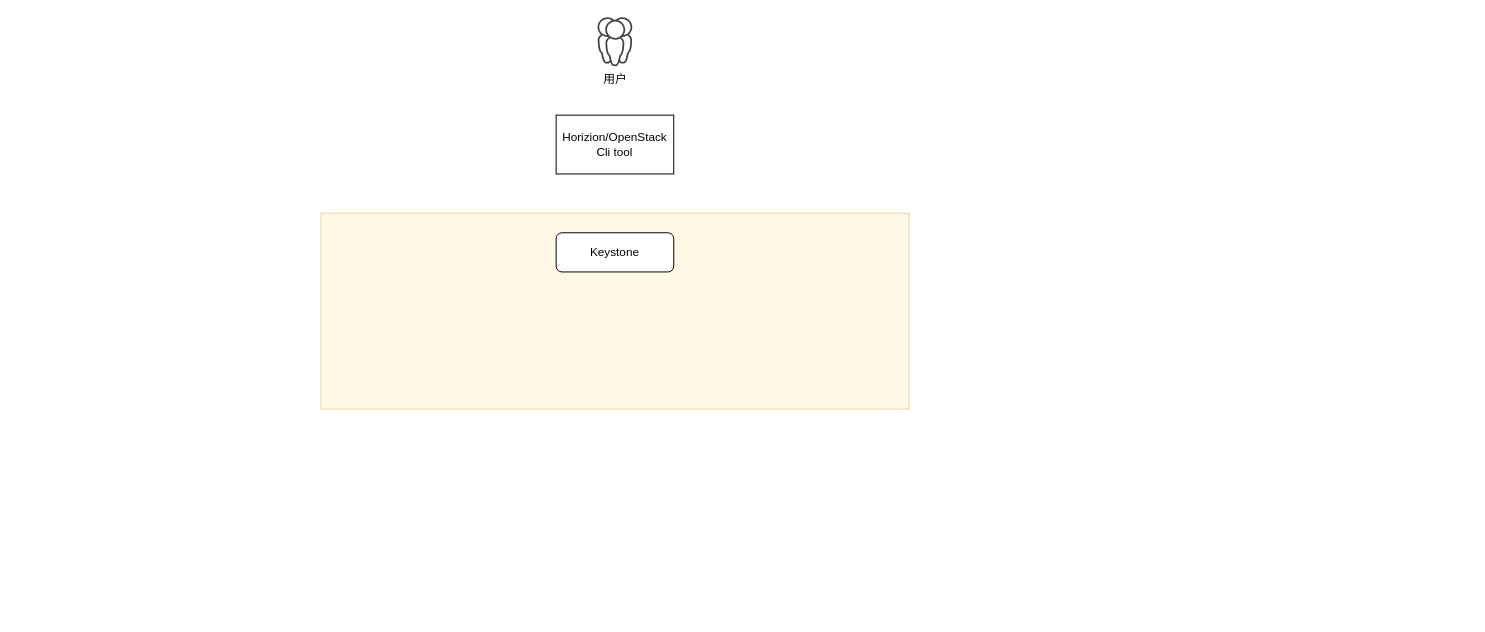
Before: 整体逻辑架构图.drawio.drawio in lrAltas/DrwaIO, a draw.io diagram. Source tidied: cells renumbered, new cells numbered last; positions are measured from the earlier drawing's top-left corner, leaving out a move shared by most shapes. Both pictures are drawn from the tidied source at 98%, with x=0, y=0 at pixel (320, 17).
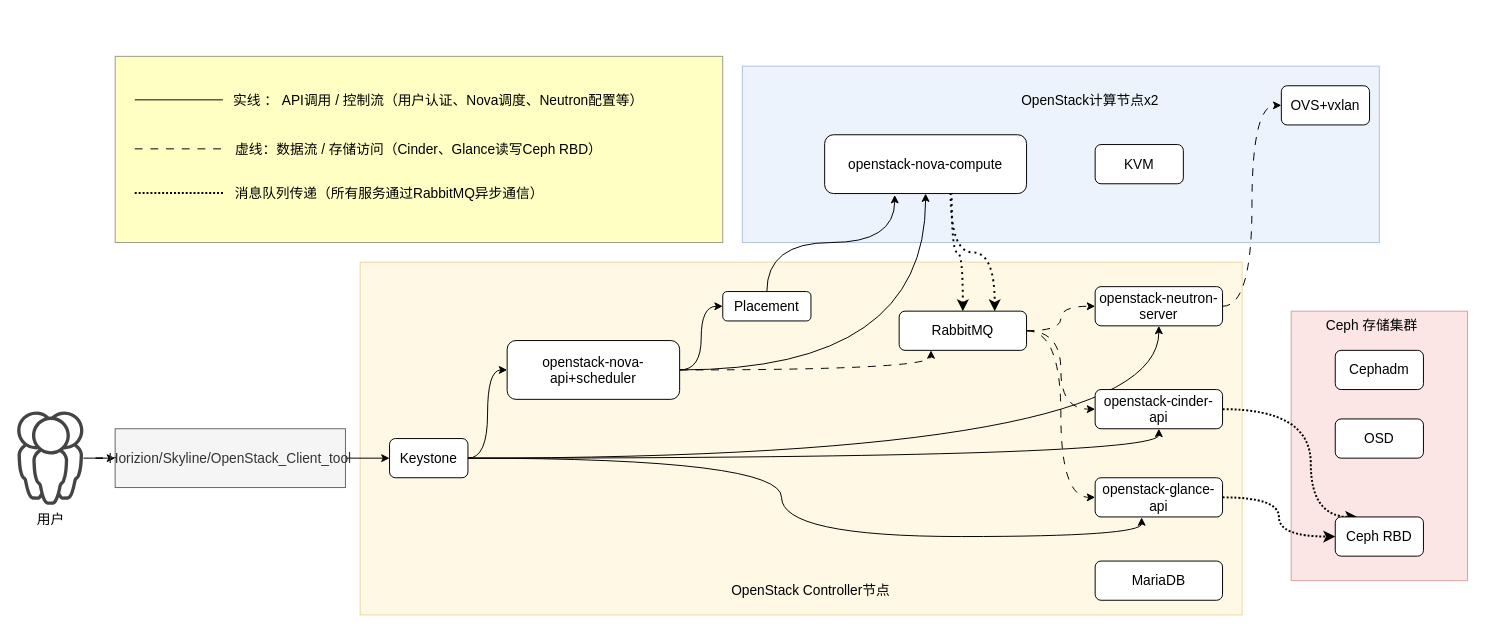
After the change.

Commit message:
更新整体逻辑架构图.drawio.drawio

The edit, as a diff of the source:
```diff
@@
+    <mxCell id="6" style="rounded=0;whiteSpace=wrap;html=1;fillColor=#f8cecc;strokeColor=#b85450;opacity=50;fontSize=14;" parent="1" vertex="1">
+      <mxGeometry x="990" y="300" width="180" height="275" as="geometry" />
+    </mxCell>
+    <mxCell id="7" style="rounded=0;whiteSpace=wrap;html=1;fillColor=#dae8fc;strokeColor=#6c8ebf;opacity=50;fontSize=14;" parent="1" vertex="1">
+      <mxGeometry x="430" y="50" width="650" height="180" as="geometry" />
+    </mxCell>
-    <mxCell id="2" style="rounded=0;whiteSpace=wrap;html=1;fillColor=#fff2cc;strokeColor=#d6b656;opacity=50;" parent="1" vertex="1">
-      <mxGeometry y="200" width="600" height="200" as="geometry" />
+    <mxCell id="2" style="rounded=0;whiteSpace=wrap;html=1;fillColor=#fff2cc;strokeColor=#d6b656;opacity=50;fontSize=14;" parent="1" vertex="1">
+      <mxGeometry x="40" y="250" width="900" height="360" as="geometry" />
     </mxCell>
+    <mxCell id="8" style="edgeStyle=orthogonalEdgeStyle;rounded=0;orthogonalLoop=1;jettySize=auto;html=1;entryX=0;entryY=0.5;entryDx=0;entryDy=0;curved=1;" parent="1" edge="1">
+      <mxGeometry relative="1" as="geometry">
+        <mxPoint x="120" y="330.1" as="sourcePoint" />
+      </mxGeometry>
+    </mxCell>
+    <mxCell id="9" style="edgeStyle=orthogonalEdgeStyle;rounded=0;jettySize=auto;html=1;entryX=0;entryY=0.5;entryDx=0;entryDy=0;fontSize=14;" parent="1" edge="1" source="4" target="11">
+      <mxGeometry relative="1" as="geometry" />
+    </mxCell>
+    <mxCell id="4" value="用户" style="sketch=0;shadow=0;dashed=0;html=1;strokeColor=none;fillColor=#434445;labelPosition=center;verticalLabelPosition=bottom;verticalAlign=top;align=center;outlineConnect=0;shape=mxgraph.vvd.user_group;fontSize=14;" parent="1" vertex="1">
+      <mxGeometry x="-310" y="402.4" width="67.6" height="95.2" as="geometry" />
+    </mxCell>
+    <mxCell id="10" style="edgeStyle=orthogonalEdgeStyle;rounded=0;jettySize=auto;html=1;fontSize=14;" parent="1" edge="1" source="11" target="3">
+      <mxGeometry relative="1" as="geometry" />
+    </mxCell>
+    <mxCell id="11" value="Horizion/Skyline/OpenStack_Client_tool" style="rounded=0;whiteSpace=wrap;html=1;fontSize=14;fillColor=#f5f5f5;fontColor=#333333;strokeColor=#666666;" parent="1" vertex="1">
+      <mxGeometry x="-210" y="420" width="235" height="60" as="geometry" />
+    </mxCell>
+    <mxCell id="12" style="edgeStyle=orthogonalEdgeStyle;rounded=0;jettySize=auto;html=1;entryX=0;entryY=0.5;entryDx=0;entryDy=0;curved=1;fontSize=14;" parent="1" edge="1" source="3" target="18">
+      <mxGeometry relative="1" as="geometry" />
+    </mxCell>
+    <mxCell id="13" style="edgeStyle=orthogonalEdgeStyle;rounded=0;jettySize=auto;html=1;entryX=0.5;entryY=1;entryDx=0;entryDy=0;curved=1;fontSize=14;" parent="1" edge="1" source="3" target="31">
+      <mxGeometry relative="1" as="geometry" />
+    </mxCell>
+    <mxCell id="14" style="edgeStyle=orthogonalEdgeStyle;rounded=0;jettySize=auto;html=1;entryX=0.5;entryY=1;entryDx=0;entryDy=0;curved=1;fontSize=14;" parent="1" edge="1" source="3" target="29">
+      <mxGeometry relative="1" as="geometry" />
+    </mxCell>
-    <mxCell id="3" value="Keystone" style="rounded=1;whiteSpace=wrap;html=1;" parent="1" vertex="1">
-      <mxGeometry x="240" y="220" width="120" height="40" as="geometry" />
+    <mxCell id="3" value="Keystone" style="rounded=1;whiteSpace=wrap;html=1;fontSize=14;" parent="1" vertex="1">
+      <mxGeometry x="70" y="430" width="80" height="40" as="geometry" />
     </mxCell>
-    <mxCell id="4" value="用户" style="sketch=0;shadow=0;dashed=0;html=1;strokeColor=none;fillColor=#434445;labelPosition=center;verticalLabelPosition=bottom;verticalAlign=top;align=center;outlineConnect=0;shape=mxgraph.vvd.user_group;" parent="1" vertex="1">
-      <mxGeometry x="282.2" width="35.5" height="50" as="geometry" />
-    </mxCell>
-    <mxCell id="5" value="Horizion/OpenStack Cli tool" style="rounded=0;whiteSpace=wrap;html=1;" parent="1" vertex="1">
-      <mxGeometry x="240" y="100" width="120" height="60" as="geometry" />
-    </mxCell>
+    <mxCell id="15" style="edgeStyle=orthogonalEdgeStyle;rounded=0;jettySize=auto;html=1;entryX=0;entryY=0.5;entryDx=0;entryDy=0;curved=1;fontSize=14;" parent="1" edge="1" source="18" target="20">
+      <mxGeometry relative="1" as="geometry" />
+    </mxCell>
+    <mxCell id="16" style="edgeStyle=orthogonalEdgeStyle;rounded=0;jettySize=auto;html=1;entryX=0.25;entryY=1;entryDx=0;entryDy=0;dashed=1;dashPattern=8 8;curved=1;fontSize=14;" parent="1" edge="1" source="18" target="27">
+      <mxGeometry relative="1" as="geometry" />
+    </mxCell>
+    <mxCell id="17" style="edgeStyle=orthogonalEdgeStyle;rounded=0;jettySize=auto;html=1;entryX=0.5;entryY=1;entryDx=0;entryDy=0;curved=1;fontSize=14;" parent="1" edge="1" source="18" target="23">
+      <mxGeometry relative="1" as="geometry" />
+    </mxCell>
+    <mxCell id="18" value="openstack-nova-api+scheduler" style="rounded=1;whiteSpace=wrap;html=1;fontSize=14;" parent="1" vertex="1">
+      <mxGeometry x="190" y="330" width="176" height="60" as="geometry" />
+    </mxCell>
+    <mxCell id="19" style="edgeStyle=orthogonalEdgeStyle;rounded=0;jettySize=auto;html=1;exitX=0.5;exitY=0;exitDx=0;exitDy=0;entryX=0.347;entryY=1.025;entryDx=0;entryDy=0;curved=1;entryPerimeter=0;fontSize=14;" parent="1" edge="1" source="20" target="23">
+      <mxGeometry relative="1" as="geometry" />
+    </mxCell>
+    <mxCell id="20" value="Placement" style="rounded=1;whiteSpace=wrap;html=1;fontSize=14;" parent="1" vertex="1">
+      <mxGeometry x="410" y="280" width="90" height="30" as="geometry" />
+    </mxCell>
+    <mxCell id="21" style="edgeStyle=orthogonalEdgeStyle;rounded=0;jettySize=auto;html=1;entryX=0.5;entryY=0;entryDx=0;entryDy=0;curved=1;dashed=1;dashPattern=1 2;exitX=0.629;exitY=0.975;exitDx=0;exitDy=0;exitPerimeter=0;strokeWidth=2;fontSize=14;" parent="1" edge="1" source="23" target="27">
+      <mxGeometry relative="1" as="geometry" />
+    </mxCell>
+    <mxCell id="22" style="edgeStyle=orthogonalEdgeStyle;rounded=0;jettySize=auto;html=1;entryX=0.75;entryY=0;entryDx=0;entryDy=0;curved=1;exitX=0.624;exitY=0.989;exitDx=0;exitDy=0;exitPerimeter=0;dashed=1;dashPattern=1 2;strokeWidth=2;fontSize=14;" parent="1" edge="1" source="23" target="27">
+      <mxGeometry relative="1" as="geometry" />
+    </mxCell>
+    <mxCell id="23" value="openstack-nova-compute" style="rounded=1;whiteSpace=wrap;html=1;fontSize=14;" parent="1" vertex="1">
+      <mxGeometry x="514" y="120" width="206" height="60" as="geometry" />
+    </mxCell>
+    <mxCell id="24" style="edgeStyle=orthogonalEdgeStyle;rounded=0;jettySize=auto;html=1;entryX=0;entryY=0.5;entryDx=0;entryDy=0;dashed=1;dashPattern=8 8;curved=1;fontSize=14;" parent="1" edge="1" source="27" target="29">
+      <mxGeometry relative="1" as="geometry" />
+    </mxCell>
+    <mxCell id="25" style="edgeStyle=orthogonalEdgeStyle;rounded=0;jettySize=auto;html=1;entryX=0;entryY=0.5;entryDx=0;entryDy=0;dashed=1;dashPattern=8 8;curved=1;fontSize=14;" parent="1" edge="1" source="27" target="33">
+      <mxGeometry relative="1" as="geometry" />
+    </mxCell>
+    <mxCell id="26" style="edgeStyle=orthogonalEdgeStyle;rounded=0;jettySize=auto;html=1;entryX=0;entryY=0.5;entryDx=0;entryDy=0;dashed=1;dashPattern=8 8;curved=1;fontSize=14;" parent="1" edge="1" source="27" target="31">
+      <mxGeometry relative="1" as="geometry" />
+    </mxCell>
+    <mxCell id="27" value="RabbitMQ" style="rounded=1;whiteSpace=wrap;html=1;fontSize=14;" parent="1" vertex="1">
+      <mxGeometry x="590" y="300" width="130" height="40" as="geometry" />
+    </mxCell>
+    <mxCell id="28" style="edgeStyle=orthogonalEdgeStyle;rounded=0;jettySize=auto;html=1;entryX=0;entryY=0.5;entryDx=0;entryDy=0;dashed=1;dashPattern=8 8;curved=1;fontSize=14;" parent="1" edge="1" source="29" target="37">
+      <mxGeometry relative="1" as="geometry" />
+    </mxCell>
+    <mxCell id="29" value="openstack-neutron-server" style="rounded=1;whiteSpace=wrap;html=1;fontSize=14;" parent="1" vertex="1">
+      <mxGeometry x="790" y="275" width="130" height="40" as="geometry" />
+    </mxCell>
+    <mxCell id="30" style="edgeStyle=orthogonalEdgeStyle;rounded=0;jettySize=auto;html=1;exitX=1;exitY=0.5;exitDx=0;exitDy=0;entryX=0.25;entryY=0;entryDx=0;entryDy=0;dashed=1;dashPattern=1 1;startSize=9;strokeWidth=2;curved=1;fontSize=14;" parent="1" edge="1" source="31" target="41">
+      <mxGeometry relative="1" as="geometry">
+        <Array as="points">
+          <mxPoint x="1010" y="400" />
+          <mxPoint x="1010" y="510" />
+        </Array>
+      </mxGeometry>
+    </mxCell>
+    <mxCell id="31" value="openstack-cinder-api" style="rounded=1;whiteSpace=wrap;html=1;fontSize=14;" parent="1" vertex="1">
+      <mxGeometry x="790" y="380" width="130" height="40" as="geometry" />
+    </mxCell>
+    <mxCell id="32" style="edgeStyle=orthogonalEdgeStyle;rounded=0;jettySize=auto;html=1;entryX=0;entryY=0.5;entryDx=0;entryDy=0;dashed=1;dashPattern=1 1;strokeWidth=2;curved=1;fontSize=14;" parent="1" edge="1" source="33" target="41">
+      <mxGeometry relative="1" as="geometry" />
+    </mxCell>
+    <mxCell id="33" value="openstack-glance-api" style="rounded=1;whiteSpace=wrap;html=1;fontSize=14;" parent="1" vertex="1">
+      <mxGeometry x="790" y="470" width="130" height="40" as="geometry" />
+    </mxCell>
+    <mxCell id="34" value="MariaDB" style="rounded=1;whiteSpace=wrap;html=1;fontSize=14;" parent="1" vertex="1">
+      <mxGeometry x="790" y="555" width="130" height="40" as="geometry" />
+    </mxCell>
+    <mxCell id="35" style="edgeStyle=orthogonalEdgeStyle;rounded=0;jettySize=auto;html=1;entryX=0.365;entryY=1.012;entryDx=0;entryDy=0;entryPerimeter=0;curved=1;fontSize=14;" parent="1" edge="1" source="3" target="33">
+      <mxGeometry relative="1" as="geometry" />
+    </mxCell>
+    <mxCell id="36" style="edgeStyle=orthogonalEdgeStyle;rounded=0;orthogonalLoop=1;jettySize=auto;html=1;exitX=0.5;exitY=1;exitDx=0;exitDy=0;fontSize=14;" parent="1" edge="1" source="27" target="27">
+      <mxGeometry relative="1" as="geometry" />
+    </mxCell>
+    <mxCell id="37" value="OVS+vxlan" style="rounded=1;whiteSpace=wrap;html=1;fontSize=14;" parent="1" vertex="1">
+      <mxGeometry x="980" y="70" width="90" height="40" as="geometry" />
+    </mxCell>
+    <mxCell id="38" value="KVM" style="rounded=1;whiteSpace=wrap;html=1;fontSize=14;" parent="1" vertex="1">
+      <mxGeometry x="790" y="130" width="90" height="40" as="geometry" />
+    </mxCell>
+    <mxCell id="39" value="Cephadm" style="rounded=1;whiteSpace=wrap;html=1;fontSize=14;" parent="1" vertex="1">
+      <mxGeometry x="1035" y="340" width="90" height="40" as="geometry" />
+    </mxCell>
+    <mxCell id="40" value="OSD" style="rounded=1;whiteSpace=wrap;html=1;fontSize=14;" parent="1" vertex="1">
+      <mxGeometry x="1035" y="410" width="90" height="40" as="geometry" />
+    </mxCell>
+    <mxCell id="41" value="Ceph RBD" style="rounded=1;whiteSpace=wrap;html=1;fontSize=14;" parent="1" vertex="1">
+      <mxGeometry x="1035" y="510" width="90" height="40" as="geometry" />
+    </mxCell>
+    <mxCell id="42" value="Ceph 存储集群" style="text;html=1;whiteSpace=wrap;strokeColor=none;fillColor=none;align=center;verticalAlign=middle;rounded=0;fontSize=14;" parent="1" vertex="1">
+      <mxGeometry x="1020" y="300" width="105" height="30" as="geometry" />
+    </mxCell>
+    <mxCell id="43" value="OpenStack计算节点x2" style="text;html=1;whiteSpace=wrap;strokeColor=none;fillColor=none;align=center;verticalAlign=middle;rounded=0;fontSize=14;" parent="1" vertex="1">
+      <mxGeometry x="700" y="70" width="170" height="30" as="geometry" />
+    </mxCell>
+    <mxCell id="44" value="&lt;font style=&quot;font-size: 14px;&quot;&gt;OpenStack Controller节点&lt;/font&gt;" style="text;html=1;whiteSpace=wrap;strokeColor=none;fillColor=none;align=center;verticalAlign=middle;rounded=0;" parent="1" vertex="1">
+      <mxGeometry x="410" y="570" width="180" height="30" as="geometry" />
+    </mxCell>
+    <mxCell id="45" style="whiteSpace=wrap;html=1;fillColor=#ffff88;strokeColor=#36393d;opacity=50;" parent="1" vertex="1">
+      <mxGeometry x="-210" y="40" width="620" height="190" as="geometry" />
+    </mxCell>
+    <mxCell id="46" value="实线 ： API调用 / 控制流（用户认证、Nova调度、Neutron配置等）" style="text;html=1;whiteSpace=wrap;strokeColor=none;fillColor=none;align=center;verticalAlign=middle;rounded=0;fontSize=14;" parent="1" vertex="1">
+      <mxGeometry x="-100" y="70" width="440" height="30" as="geometry" />
+    </mxCell>
+    <mxCell id="47" style="endArrow=none;html=1;rounded=0;" parent="1" edge="1">
+      <mxGeometry relative="1" as="geometry">
+        <mxPoint x="-190" y="84.4" as="sourcePoint" />
+        <mxPoint x="-100" y="84.4" as="targetPoint" />
+      </mxGeometry>
+    </mxCell>
+    <mxCell id="48" style="endArrow=none;html=1;rounded=0;dashed=1;dashPattern=8 8;" parent="1" edge="1">
+      <mxGeometry relative="1" as="geometry">
+        <mxPoint x="-190" y="134.4" as="sourcePoint" />
+        <mxPoint x="-100" y="134.4" as="targetPoint" />
+      </mxGeometry>
+    </mxCell>
+    <mxCell id="49" style="endArrow=none;html=1;rounded=0;dashed=1;dashPattern=1 1;strokeWidth=2;" parent="1" edge="1">
+      <mxGeometry relative="1" as="geometry">
+        <mxPoint x="-190" y="179.4" as="sourcePoint" />
+        <mxPoint x="-100" y="179.4" as="targetPoint" />
+      </mxGeometry>
+    </mxCell>
+    <mxCell id="50" value="&lt;font style=&quot;font-size: 14px;&quot;&gt;虚线：数据流 / 存储访问（Cinder、Glance读写Ceph RBD）&lt;/font&gt;" style="text;html=1;whiteSpace=wrap;strokeColor=none;fillColor=none;align=center;verticalAlign=middle;rounded=0;" parent="1" vertex="1">
+      <mxGeometry x="-100" y="120" width="400" height="30" as="geometry" />
+    </mxCell>
+    <mxCell id="51" value="&lt;font style=&quot;font-size: 14px;&quot;&gt;消息队列传递（所有服务通过RabbitMQ异步通信）&lt;/font&gt;" style="text;html=1;whiteSpace=wrap;strokeColor=none;fillColor=none;align=center;verticalAlign=middle;rounded=0;" parent="1" vertex="1">
+      <mxGeometry x="-100" y="165" width="340" height="30" as="geometry" />
+    </mxCell>
```
